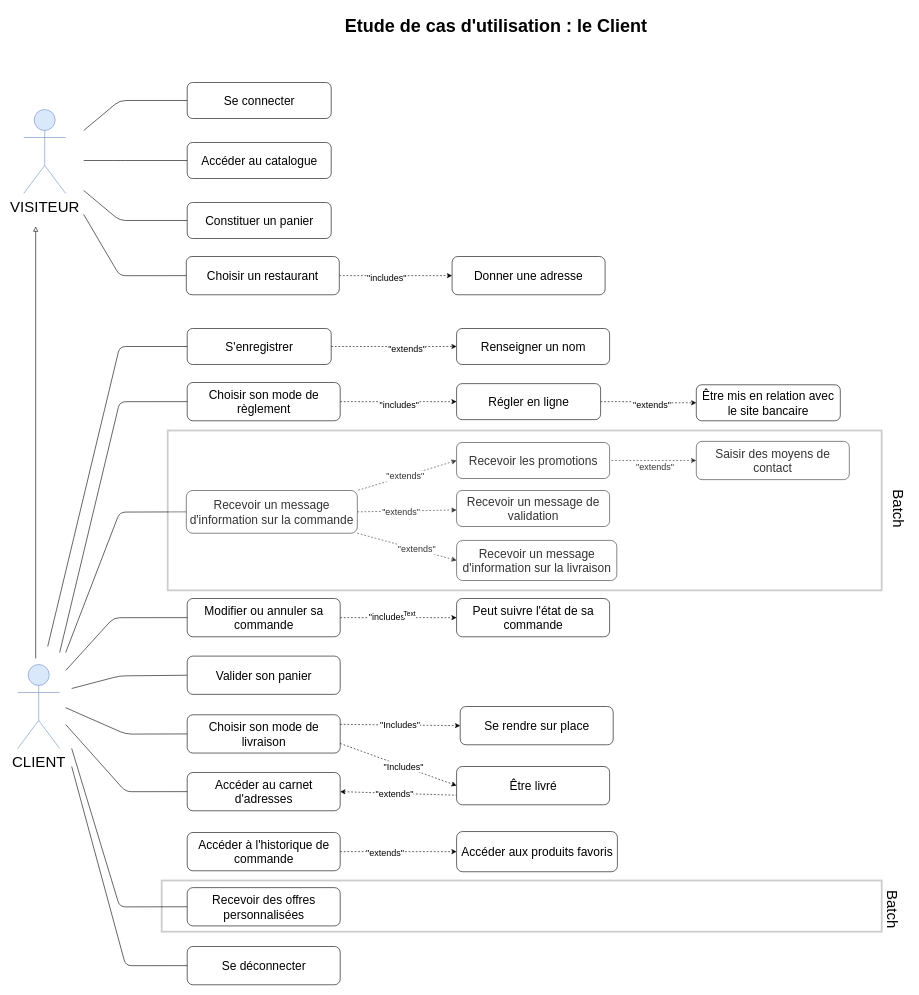
OMorlotti/P4-analyser-les-besoin-de-mon-client-pour-son-groupe-de-pizzerias keeps this draw.io diagram as 1.drawio. Above is the earlier version. Source tidied: cells renumbered, new cells numbered last; positions are measured from the earlier drawing's top-left corner, leaving out a move shared by most shapes. Both pictures are drawn from the tidied source at 60%, with x=0, y=0 at pixel (17, 10).
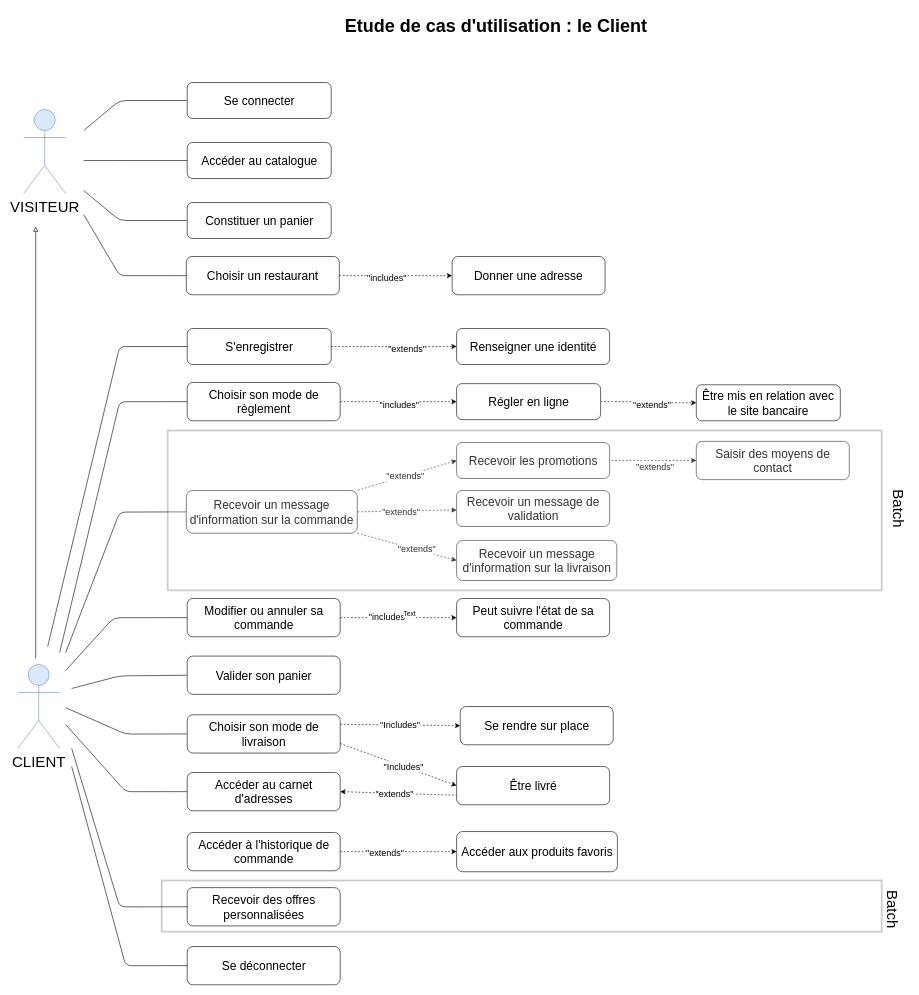
Above is the later version.

Change to the diagram source:
```diff
@@
-    <mxCell id="62" value="&lt;font style=&quot;font-size: 20px&quot;&gt;Renseigner un nom&lt;/font&gt;" style="rounded=1;whiteSpace=wrap;html=1;" parent="1" vertex="1">
+    <mxCell id="62" value="&lt;font style=&quot;font-size: 20px&quot;&gt;Renseigner une identité&lt;/font&gt;" style="rounded=1;whiteSpace=wrap;html=1;" parent="1" vertex="1">
       <mxGeometry x="731.5" y="530" width="255" height="60" as="geometry" />
     </mxCell>
```
